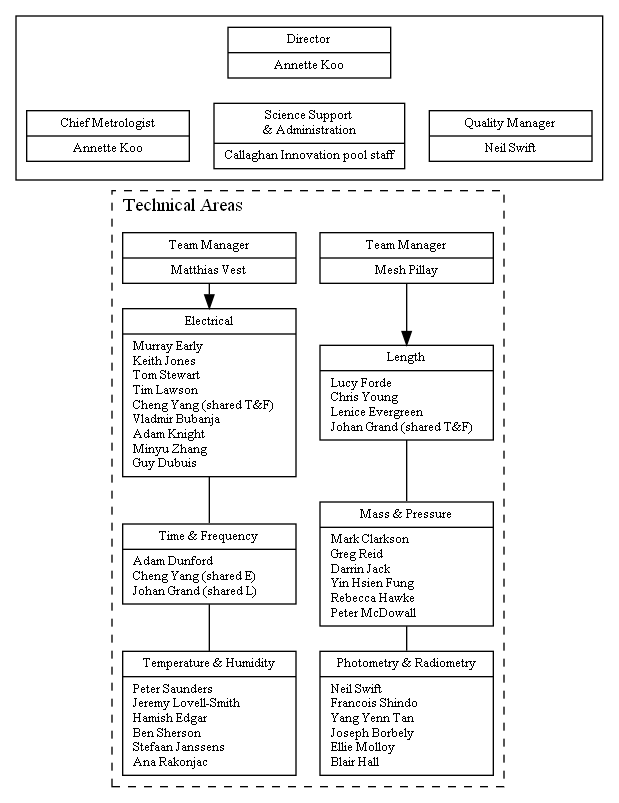
Above: quality_manual_document/pictures/MSL_org_full.png in MSLNZ/Quality-Manual (Graphviz), before the change. Its source is kept beside it as quality_manual_document/pictures/MSL_org_full.gv.
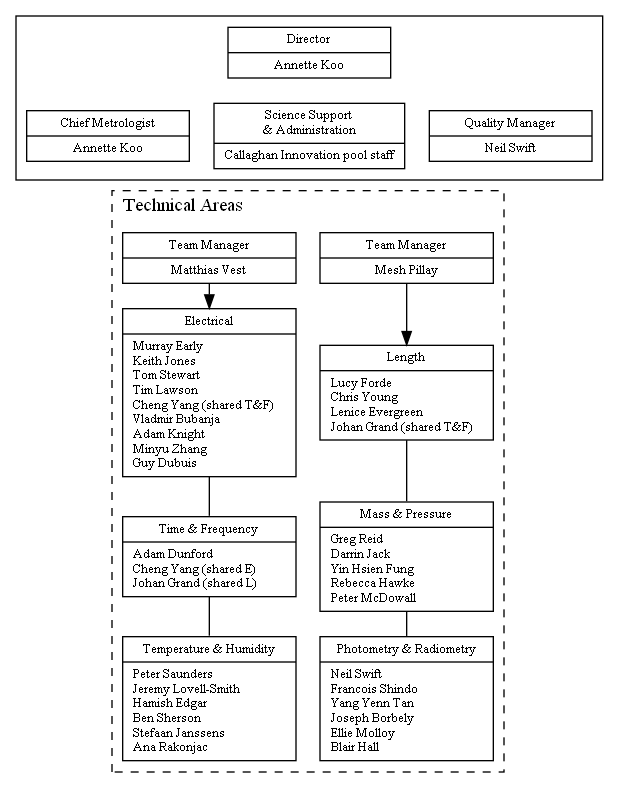
Above is the later version.

What changed in the source:
```diff
@@ -81,7 +81,6 @@
         ];
 
         S_mass_pressure [label = "{ Mass & Pressure| "
-        +	"Mark Clarkson\l"
         +	"Greg Reid\l"
         +	"Darrin Jack\l"
         +	"Yin Hsien Fung\l"
```
